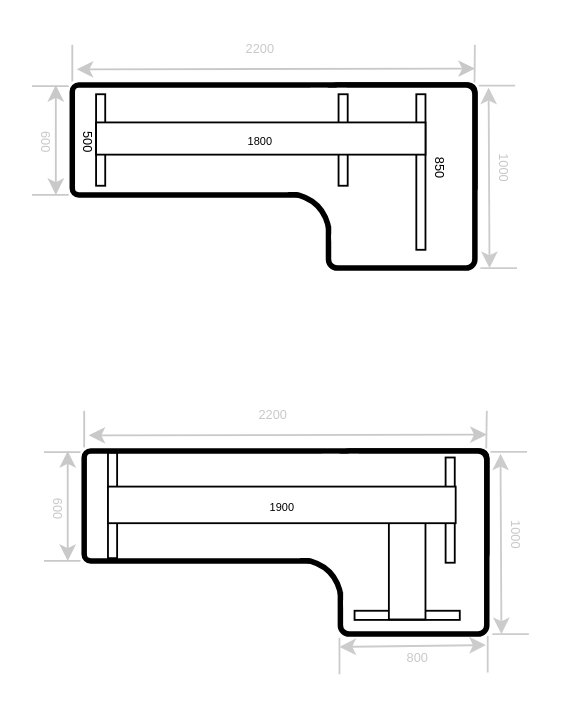
Before: page "第 16 页" (16 of 16) of design.drawio in iswade/iswade, a draw.io diagram. Source tidied: cells renumbered, new cells numbered last; positions are measured from the earlier drawing's top-left corner, leaving out a move shared by most shapes. Both pictures are drawn from the tidied source at 183%, with x=0, y=0 at pixel (29, 31).
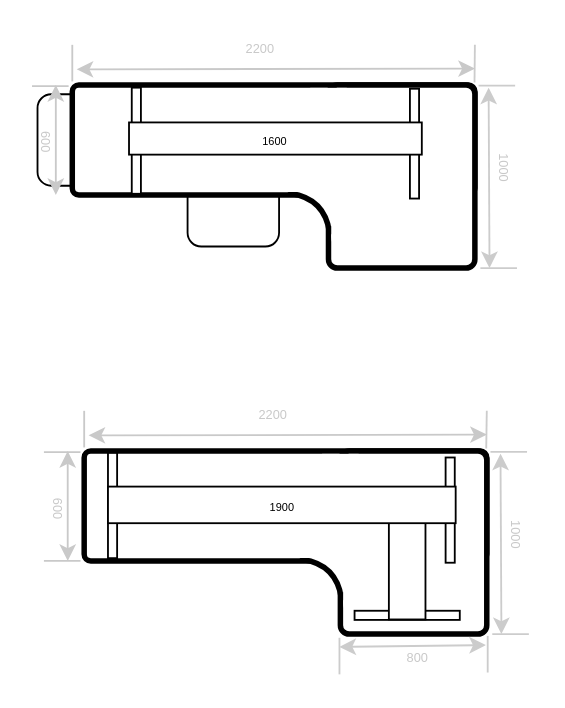
The same page after the edit.

Change to the diagram source:
```diff
@@
+    <mxCell id="54" style="rounded=1;whiteSpace=wrap;html=1;" parent="1" vertex="1">
+      <mxGeometry x="4" y="34" width="50" height="50" as="geometry" />
+    </mxCell>
+    <mxCell id="55" style="rounded=1;whiteSpace=wrap;html=1;" parent="1" vertex="1">
+      <mxGeometry x="86" y="67.2" width="50" height="50" as="geometry" />
+    </mxCell>
@@
-    <mxCell id="8" style="rounded=0;whiteSpace=wrap;html=1;" parent="1" vertex="1">
-      <mxGeometry x="36" y="34" width="5" height="50" as="geometry" />
-    </mxCell>
     <mxCell id="9" style="rounded=0;whiteSpace=wrap;html=1;" parent="1" vertex="1">
-      <mxGeometry x="211" y="34" width="5" height="85" as="geometry" />
+      <mxGeometry x="207.5" y="31" width="5" height="60" as="geometry" />
     </mxCell>
-    <mxCell id="10" style="rounded=0;whiteSpace=wrap;html=1;" parent="1" vertex="1">
-      <mxGeometry x="168.5" y="34" width="5" height="50" as="geometry" />
-    </mxCell>
-    <mxCell id="11" value="&lt;div&gt;&lt;span style=&quot;background-color: initial; font-size: 6px;&quot;&gt;1800&lt;/span&gt;&lt;/div&gt;" style="rounded=0;whiteSpace=wrap;html=1;" parent="1" vertex="1">
-      <mxGeometry x="36" y="49.4" width="180" height="17.6" as="geometry" />
-    </mxCell>
-    <mxCell id="12" value="&lt;font style=&quot;font-size: 7px;&quot;&gt;500&lt;/font&gt;" style="text;html=1;align=center;verticalAlign=middle;whiteSpace=wrap;rounded=0;rotation=90;" parent="1" vertex="1">
-      <mxGeometry x="23" y="52.9" width="20" height="15" as="geometry" />
-    </mxCell>
-    <mxCell id="13" value="&lt;font style=&quot;font-size: 7px;&quot;&gt;850&lt;/font&gt;" style="text;html=1;align=center;verticalAlign=middle;whiteSpace=wrap;rounded=0;rotation=90;" parent="1" vertex="1">
-      <mxGeometry x="216" y="67" width="20" height="15" as="geometry" />
-    </mxCell>
@@
-    <mxCell id="19" style="endArrow=none;html=1;rounded=0;entryX=0;entryY=1;entryDx=0;entryDy=0;strokeColor=#C9C9C9;fontColor=#C9C9C9;" parent="1" edge="1">
-      <mxGeometry relative="1" as="geometry">
-        <mxPoint x="1" y="89" as="sourcePoint" />
-        <mxPoint x="21" y="89" as="targetPoint" />
-      </mxGeometry>
-    </mxCell>
@@
+    <mxCell id="56" style="rounded=0;whiteSpace=wrap;html=1;" parent="1" vertex="1">
+      <mxGeometry x="55.5" y="30.4" width="5" height="58" as="geometry" />
+    </mxCell>
+    <mxCell id="11" value="&lt;div&gt;&lt;span style=&quot;background-color: initial; font-size: 6px;&quot;&gt;1600&lt;/span&gt;&lt;/div&gt;" style="rounded=0;whiteSpace=wrap;html=1;" parent="1" vertex="1">
+      <mxGeometry x="54" y="49.4" width="160" height="17.6" as="geometry" />
+    </mxCell>
```
